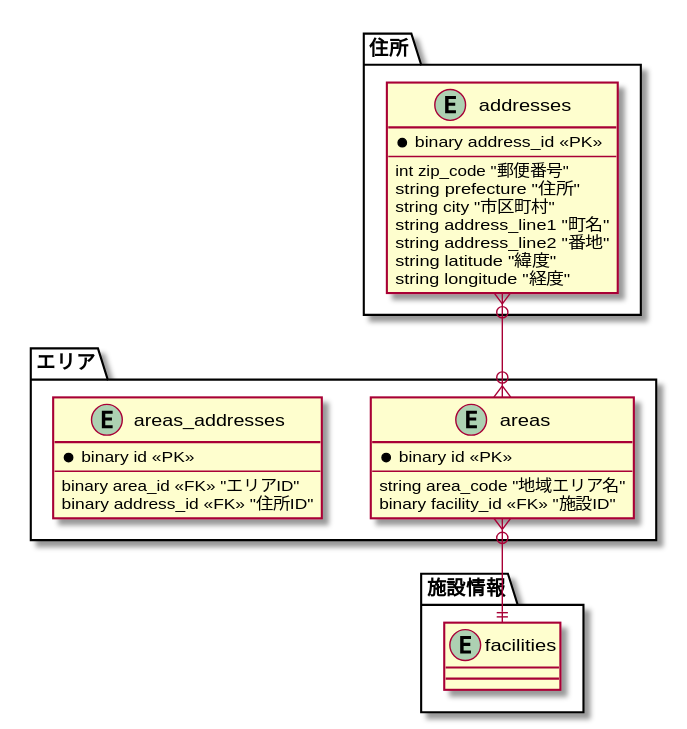
Above: src/diagrams-svg/ER/tables/addresses.svg in Fukuemon/buddy_design_docs (PlantUML), before the change.
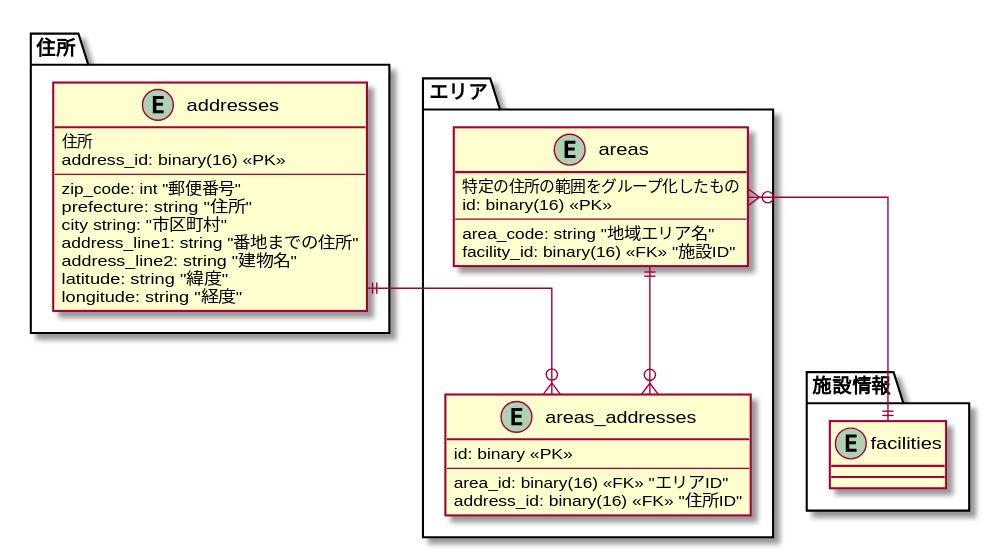
The same file after the commit.

The edit, as a diff of the source:
```diff
@@ -7,35 +7,38 @@
 
 package 住所 {
   entity addresses {
-    * binary address_id <<PK>>
+    住所
+    address_id: binary(16) <<PK>>
     --
-    int zip_code "郵便番号"
-    string prefecture "住所"
-    string city "市区町村"
-    string address_line1 "町名"
-    string address_line2 "番地"
-    string latitude "緯度"
-    string longitude "経度"
+    zip_code: int "郵便番号"
+    prefecture: string "住所"
+    city string: "市区町村"
+    address_line1: string "番地までの住所"
+    address_line2: string "建物名"
+    latitude: string "緯度"
+    longitude: string "経度"
   }
 }
 
 package エリア {
   entity areas {
-    * binary id <<PK>>
+    特定の住所の範囲をグループ化したもの
+    id: binary(16) <<PK>>
     --
-    string area_code "地域エリア名"
-    binary facility_id <<FK>> "施設ID"
+    area_code: string "地域エリア名"
+    facility_id: binary(16) <<FK>> "施設ID"
   }
 
   entity areas_addresses {
-    * binary id <<PK>>
+    id: binary <<PK>>
     --
-    binary area_id <<FK>> "エリアID"
-    binary address_id <<FK>> "住所ID"
+    area_id: binary(16) <<FK>> "エリアID"
+    address_id: binary(16) <<FK>> "住所ID"
   }
 }
 
-addresses }o--o{ areas
+addresses ||--o{ areas_addresses
+areas ||--o{ areas_addresses
 areas }o--|| facilities
 
 
```
